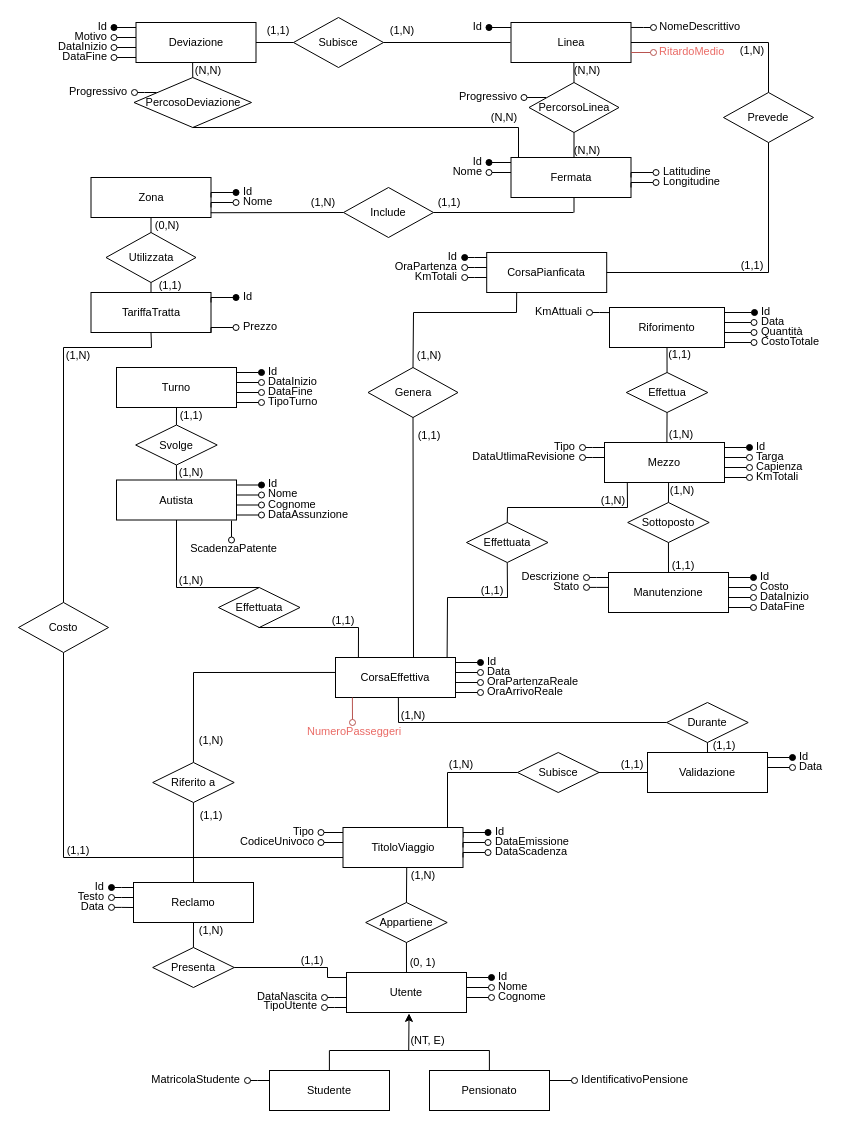
The draw.io diagram 2102 basi-di-dati/progetto/Schemi.drawio in AndreaGirlando/Uni, before the edit. Source tidied: cells renumbered, new cells numbered last; positions are measured from the earlier drawing's top-left corner, leaving out a move shared by most shapes. Both pictures are drawn from the tidied source at 100%, with x=0, y=0 at pixel (17, 17).
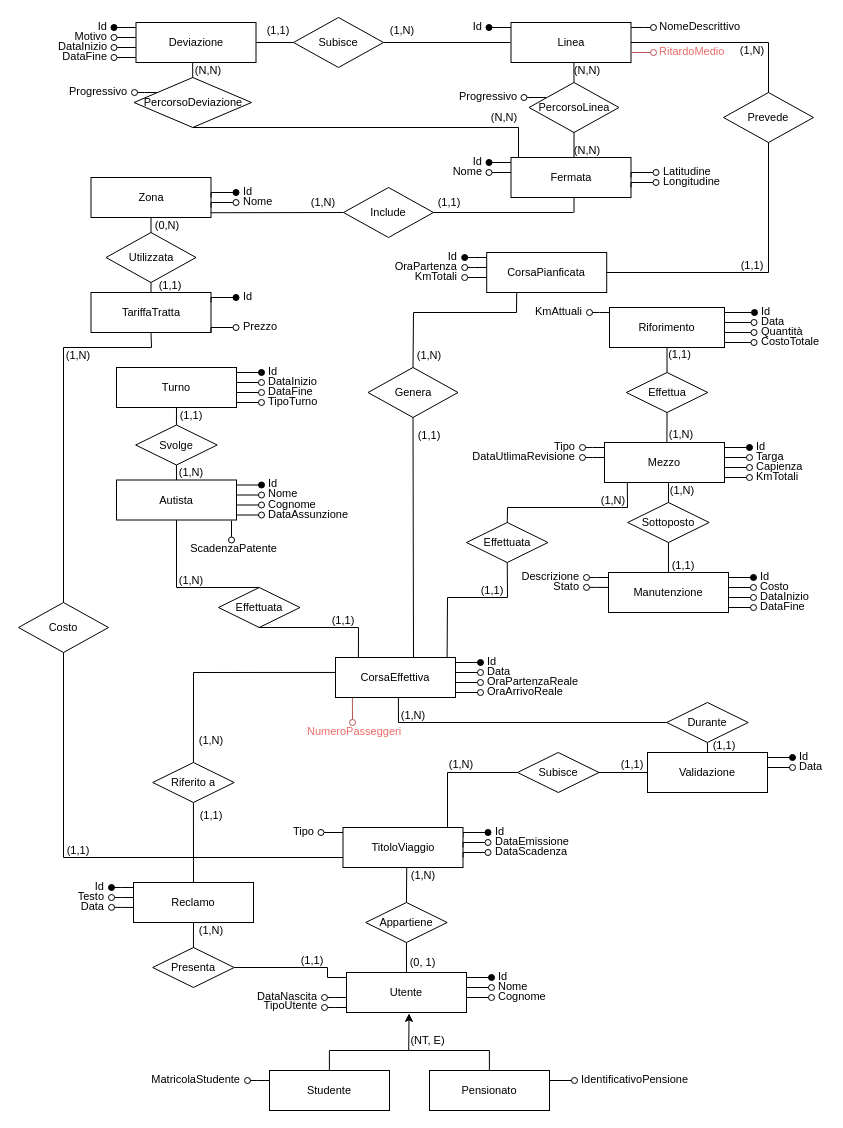
The same diagram, later.

The change refers to these unchanged cells:
```xml
<mxCell id="79" style="group;fontSize=11;" parent="1" vertex="1">
  <mxGeometry x="238.5" y="810" width="292" height="55" as="geometry" />
</mxCell>
```

The edit, as a diff of the source:
```diff
@@
-    <mxCell id="90" style="edgeStyle=orthogonalEdgeStyle;rounded=0;orthogonalLoop=1;jettySize=auto;html=1;startArrow=oval;startFill=0;endArrow=none;endFill=0;align=left;fontSize=11;" parent="79" edge="1">
-      <mxGeometry relative="1" as="geometry">
-        <mxPoint x="65" y="15" as="sourcePoint" />
-        <mxPoint x="87" y="15" as="targetPoint" />
-        <Array as="points">
-          <mxPoint x="75" y="15" />
-          <mxPoint x="75" y="15" />
-        </Array>
-      </mxGeometry>
-    </mxCell>
-    <mxCell id="91" value="&lt;font&gt;CodiceUnivoco&lt;/font&gt;" style="text;html=1;align=right;verticalAlign=middle;whiteSpace=wrap;rounded=0;spacingLeft=5;spacingBottom=3;fontSize=11;" parent="79" vertex="1">
-      <mxGeometry y="10" width="60" height="10" as="geometry" />
-    </mxCell>
@@
-    <mxCell id="235" value="PercosoDeviazione" style="shape=rhombus;perimeter=rhombusPerimeter;whiteSpace=wrap;html=1;align=center;fontSize=11;" parent="1" vertex="1">
+    <mxCell id="235" value="PercorsoDeviazione" style="shape=rhombus;perimeter=rhombusPerimeter;whiteSpace=wrap;html=1;align=center;fontSize=11;" parent="1" vertex="1">
       <mxGeometry x="116.5" y="60" width="117.5" height="50" as="geometry" />
     </mxCell>
```
